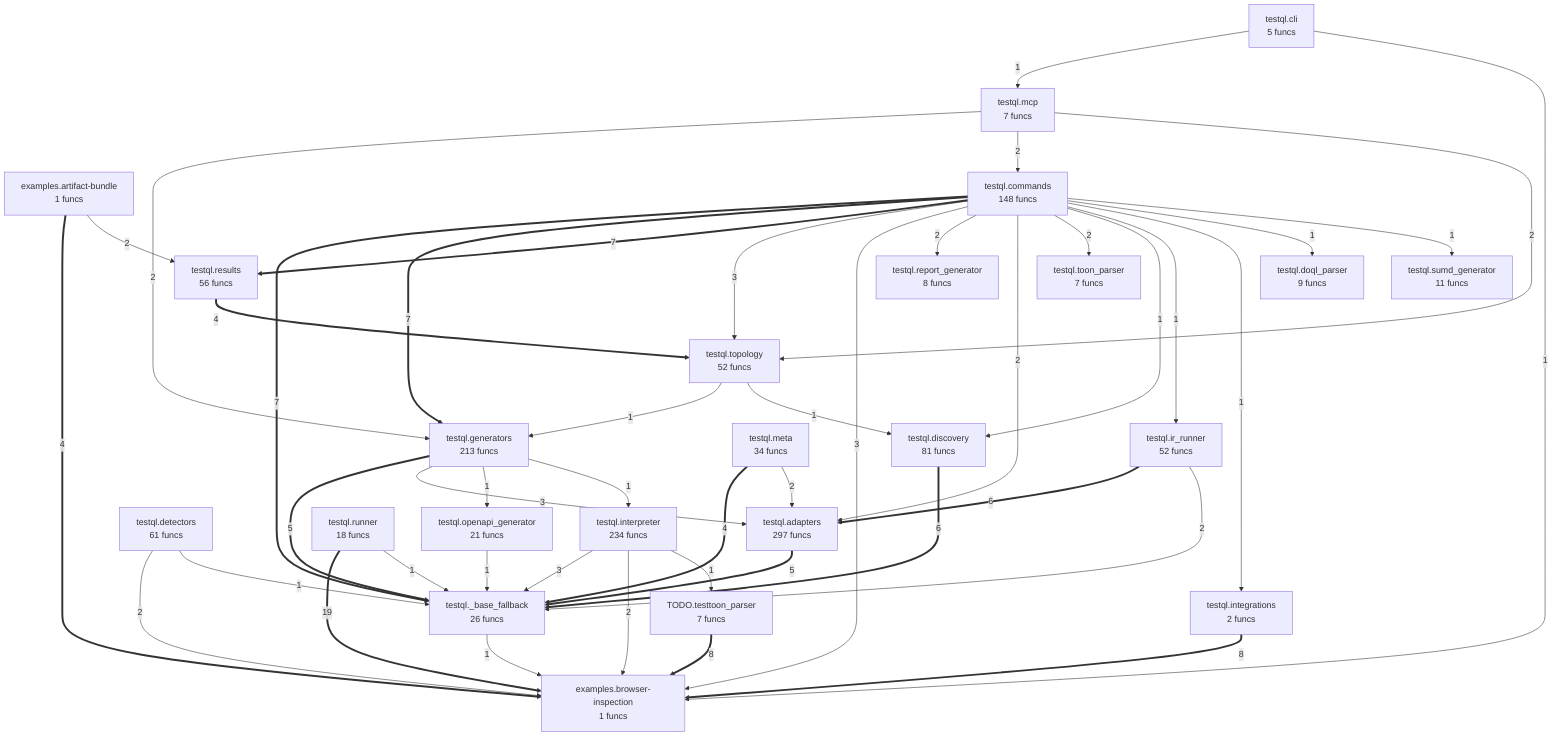
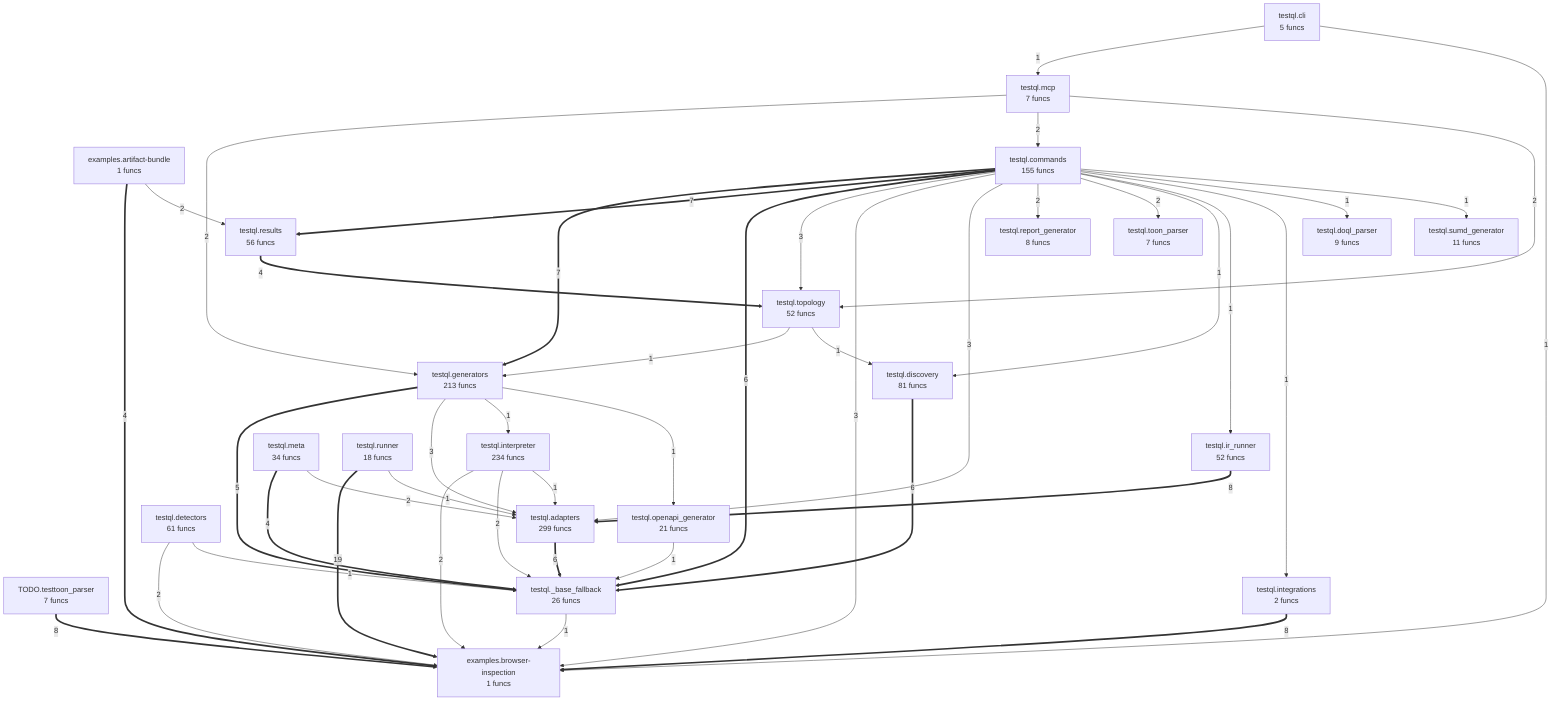
flowchart TD
- %% generated in 0.02s
+ %% generated in 0.06s
    TODO__testtoon_parser["TODO.testtoon_parser<br/>7 funcs"]
    examples__artifact_bundle["examples.artifact-bundle<br/>1 funcs"]
    examples__browser_inspection["examples.browser-inspection<br/>1 funcs"]
    testql___base_fallback["testql._base_fallback<br/>26 funcs"]
-     testql__adapters["testql.adapters<br/>297 funcs"]
+     testql__adapters["testql.adapters<br/>299 funcs"]
    testql__cli["testql.cli<br/>5 funcs"]
-     testql__commands["testql.commands<br/>148 funcs"]
+     testql__commands["testql.commands<br/>155 funcs"]
    testql__detectors["testql.detectors<br/>61 funcs"]
    testql__discovery["testql.discovery<br/>81 funcs"]
    testql__doql_parser["testql.doql_parser<br/>9 funcs"]
    testql__generators["testql.generators<br/>213 funcs"]
    testql__integrations["testql.integrations<br/>2 funcs"]
    testql__interpreter["testql.interpreter<br/>234 funcs"]
    testql__ir_runner["testql.ir_runner<br/>52 funcs"]
    testql__mcp["testql.mcp<br/>7 funcs"]
    testql__meta["testql.meta<br/>34 funcs"]
    testql__openapi_generator["testql.openapi_generator<br/>21 funcs"]
    testql__report_generator["testql.report_generator<br/>8 funcs"]
    testql__results["testql.results<br/>56 funcs"]
    testql__runner["testql.runner<br/>18 funcs"]
    testql__sumd_generator["testql.sumd_generator<br/>11 funcs"]
    testql__toon_parser["testql.toon_parser<br/>7 funcs"]
    testql__topology["testql.topology<br/>52 funcs"]
    testql__runner ==>|19| examples__browser_inspection
    TODO__testtoon_parser ==>|8| examples__browser_inspection
+     testql__ir_runner ==>|8| testql__adapters
    testql__integrations ==>|8| examples__browser_inspection
-     testql__commands ==>|7| testql___base_fallback
    testql__commands ==>|7| testql__generators
    testql__commands ==>|7| testql__results
+     testql__commands ==>|6| testql___base_fallback
    testql__discovery ==>|6| testql___base_fallback
-     testql__ir_runner ==>|6| testql__adapters
+     testql__adapters ==>|6| testql___base_fallback
    testql__generators ==>|5| testql___base_fallback
-     testql__adapters ==>|5| testql___base_fallback
    examples__artifact_bundle ==>|4| examples__browser_inspection
    testql__results ==>|4| testql__topology
    testql__meta ==>|4| testql___base_fallback
    testql__commands -->|3| testql__topology
    testql__commands -->|3| examples__browser_inspection
-     testql__interpreter -->|3| testql___base_fallback
+     testql__commands -->|3| testql__adapters
    testql__generators -->|3| testql__adapters
    examples__artifact_bundle -->|2| testql__results
    testql__commands -->|2| testql__report_generator
-     testql__commands -->|2| testql__adapters
    testql__commands -->|2| testql__toon_parser
    testql__interpreter -->|2| examples__browser_inspection
+     testql__interpreter -->|2| testql___base_fallback
    testql__mcp -->|2| testql__generators
    testql__mcp -->|2| testql__commands
    testql__mcp -->|2| testql__topology
    testql__meta -->|2| testql__adapters
    testql__detectors -->|2| examples__browser_inspection
-     testql__ir_runner -->|2| testql___base_fallback
+     testql__commands -->|1| testql__discovery
+     testql__commands -->|1| testql__ir_runner
    testql__cli -->|1| testql__mcp
    testql__cli -->|1| examples__browser_inspection
-     testql__runner -->|1| testql___base_fallback
-     testql__openapi_generator -->|1| testql___base_fallback
-     testql___base_fallback -->|1| examples__browser_inspection
-     testql__commands -->|1| testql__discovery
-     testql__commands -->|1| testql__ir_runner
    testql__commands -->|1| testql__integrations
    testql__commands -->|1| testql__doql_parser
    testql__commands -->|1| testql__sumd_generator
-     testql__interpreter -->|1| TODO__testtoon_parser
+     testql__openapi_generator -->|1| testql___base_fallback
+     testql__generators -->|1| testql__interpreter
    testql__generators -->|1| testql__openapi_generator
-     testql__generators -->|1| testql__interpreter
    testql__detectors -->|1| testql___base_fallback
+     testql__interpreter -->|1| testql__adapters
+     testql__runner -->|1| testql__adapters
    testql__topology -->|1| testql__generators
    testql__topology -->|1| testql__discovery
+     testql___base_fallback -->|1| examples__browser_inspection
